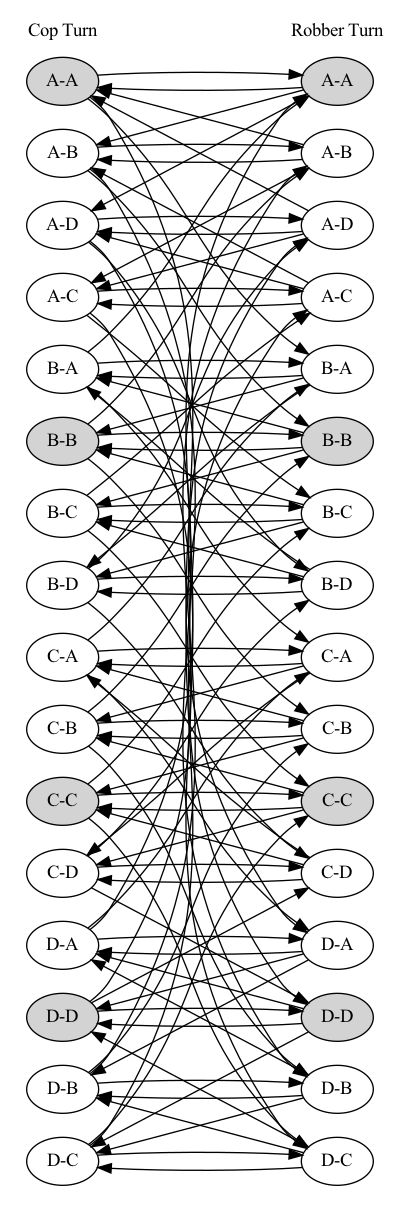
Earlier version of the Graphviz export graphViz/combo/square.gv.png (extraPaul/cop-number-algorithm). Its source is kept beside it as graphViz/combo/square.gv.
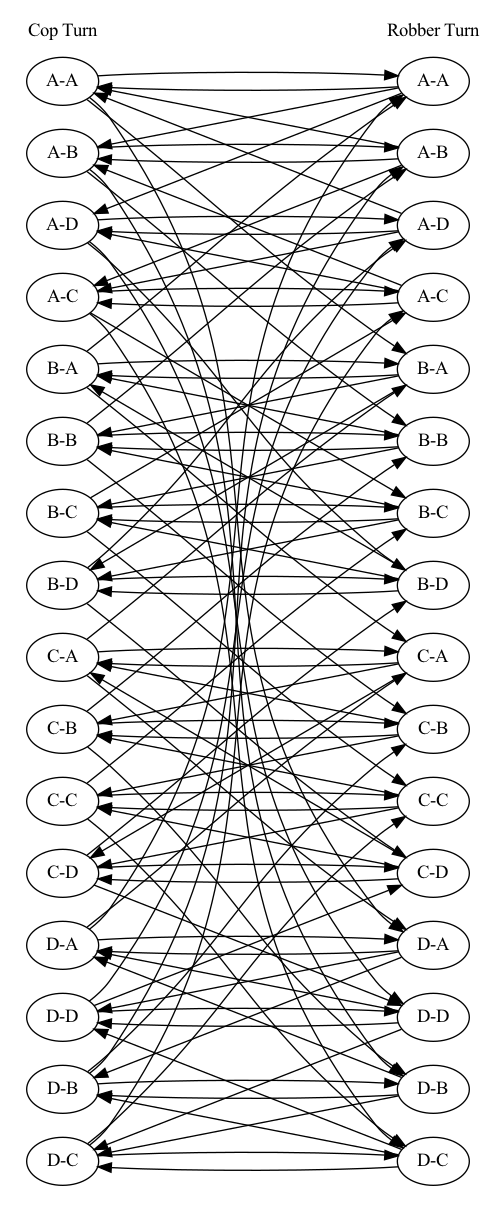
Above is the later version.

The edit, as a diff of the source:
```diff
@@ -2,42 +2,42 @@
 	subgraph cluster_0 {
 		color=invis
 		label="Cop Turn"
-		"A-A-Cop" [label="A-A" style=filled]
+		"A-A-Cop" [label="A-A"]
 		"A-B-Cop" [label="A-B"]
 		"A-C-Cop" [label="A-C"]
 		"A-D-Cop" [label="A-D"]
 		"B-A-Cop" [label="B-A"]
-		"B-B-Cop" [label="B-B" style=filled]
+		"B-B-Cop" [label="B-B"]
 		"B-C-Cop" [label="B-C"]
 		"B-D-Cop" [label="B-D"]
 		"C-A-Cop" [label="C-A"]
 		"C-B-Cop" [label="C-B"]
-		"C-C-Cop" [label="C-C" style=filled]
+		"C-C-Cop" [label="C-C"]
 		"C-D-Cop" [label="C-D"]
 		"D-A-Cop" [label="D-A"]
 		"D-B-Cop" [label="D-B"]
 		"D-C-Cop" [label="D-C"]
-		"D-D-Cop" [label="D-D" style=filled]
+		"D-D-Cop" [label="D-D"]
 	}
 	subgraph cluster_1 {
 		color=invis
 		label="Robber Turn"
-		"A-A-Rob" [label="A-A" style=filled]
+		"A-A-Rob" [label="A-A"]
 		"A-B-Rob" [label="A-B"]
 		"A-C-Rob" [label="A-C"]
 		"A-D-Rob" [label="A-D"]
 		"B-A-Rob" [label="B-A"]
-		"B-B-Rob" [label="B-B" style=filled]
+		"B-B-Rob" [label="B-B"]
 		"B-C-Rob" [label="B-C"]
 		"B-D-Rob" [label="B-D"]
 		"C-A-Rob" [label="C-A"]
 		"C-B-Rob" [label="C-B"]
-		"C-C-Rob" [label="C-C" style=filled]
+		"C-C-Rob" [label="C-C"]
 		"C-D-Rob" [label="C-D"]
 		"D-A-Rob" [label="D-A"]
 		"D-B-Rob" [label="D-B"]
 		"D-C-Rob" [label="D-C"]
-		"D-D-Rob" [label="D-D" style=filled]
+		"D-D-Rob" [label="D-D"]
 	}
 	"A-A-Cop" -> "A-A-Rob"
 	"A-A-Cop" -> "B-A-Rob"
@@ -136,5 +136,5 @@
 	"D-D-Rob" -> "D-C-Cop"
 	"D-D-Rob" -> "D-D-Cop"
 	rankdir=LR
-	ranksep=2
+	ranksep=3
 }
```
